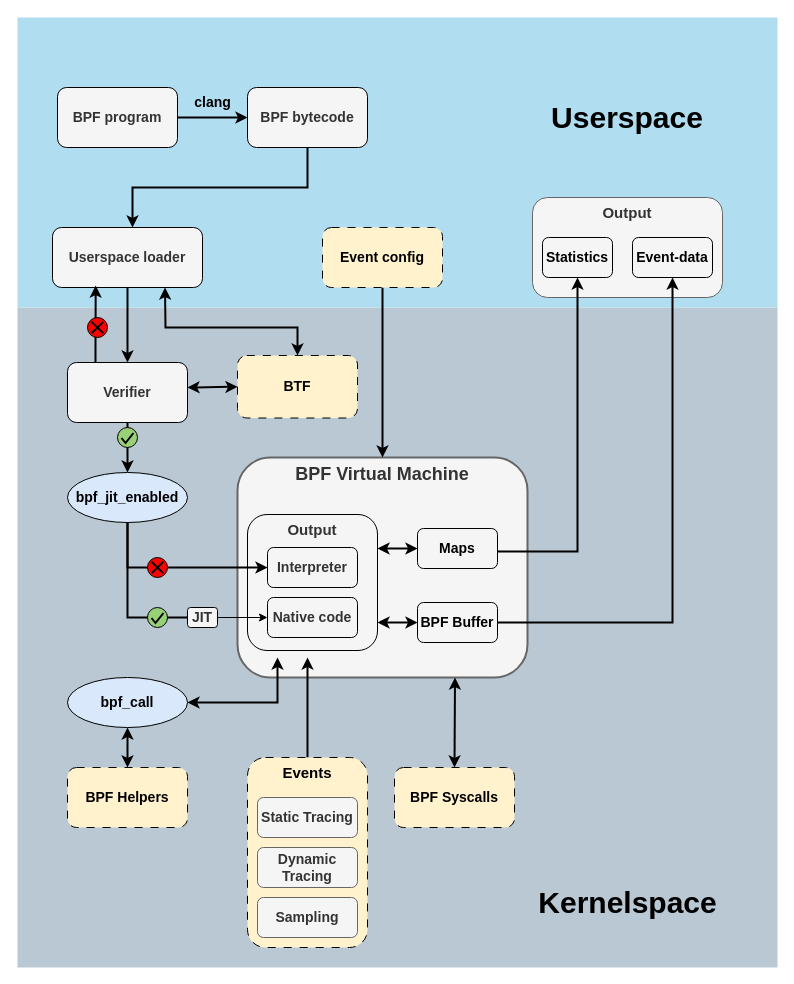
Earlier version of the draw.io diagram thesis/drawio/BPF.drawio (studhascja/Masterthesis). Source tidied: cells renumbered, new cells numbered last; positions are measured from the earlier drawing's top-left corner, leaving out a move shared by most shapes. Both pictures are drawn from the tidied source at 100%, with x=0, y=0 at pixel (17, 17).
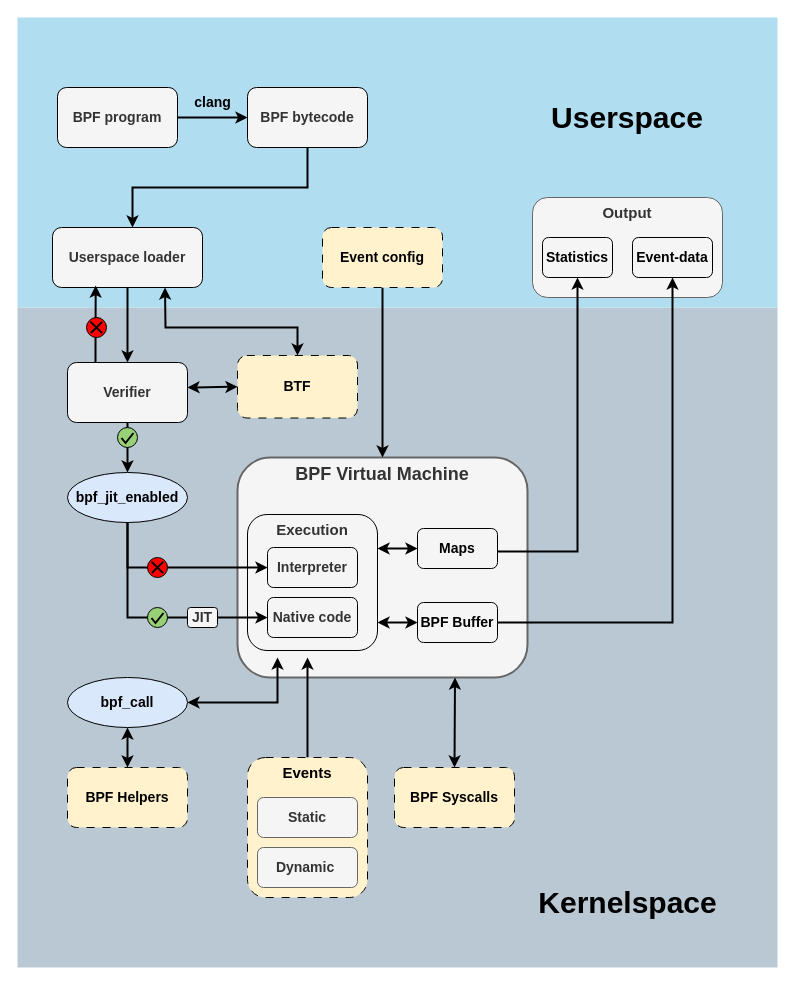
The same page after the edit.

Commit message (it also covers changes not shown here):
fixed Issues at BPF figure

The change refers to these unchanged cells:
```xml
<mxCell id="20" value="&lt;font style=&quot;font-size: 14px;&quot;&gt;&lt;b&gt;Native code&lt;/b&gt;&lt;/font&gt;" style="rounded=1;whiteSpace=wrap;html=1;fillColor=none;strokeColor=#000000;fontColor=#333333;" parent="1" vertex="1">
  <mxGeometry x="250" y="580" width="90" height="40" as="geometry" />
</mxCell>
<mxCell id="31" value="JIT" style="rounded=1;whiteSpace=wrap;html=1;fillColor=#f5f5f5;fontColor=#333333;strokeColor=#000000;fontSize=14;fontStyle=1;" parent="1" vertex="1">
  <mxGeometry x="170" y="590" width="30" height="20" as="geometry" />
</mxCell>
<mxCell id="58" style="group;strokeColor=none;" parent="1" vertex="1">
  <mxGeometry x="70" y="300" width="20" height="20" as="geometry" />
</mxCell>
```

The edit, as a diff of the source:
```diff
@@
-    <mxCell id="5" value="Output" style="rounded=1;whiteSpace=wrap;html=1;fillColor=none;fontColor=#333333;strokeColor=#000000;verticalAlign=top;fontSize=15;fontStyle=1;" parent="1" vertex="1">
+    <mxCell id="5" value="Execution" style="rounded=1;whiteSpace=wrap;html=1;fillColor=none;fontColor=#333333;strokeColor=#000000;verticalAlign=top;fontSize=15;fontStyle=1;" parent="1" vertex="1">
       <mxGeometry x="230" y="497" width="130" height="136" as="geometry" />
     </mxCell>
@@
-    <mxCell id="36" style="edgeStyle=orthogonalEdgeStyle;rounded=0;jettySize=auto;html=1;strokeColor=#000000;" parent="1" edge="1" source="31" target="20">
+    <mxCell id="36" style="edgeStyle=orthogonalEdgeStyle;rounded=0;jettySize=auto;html=1;strokeColor=#000000;strokeWidth=2;" parent="1" edge="1" source="31" target="20">
       <mxGeometry relative="1" as="geometry" />
     </mxCell>
@@
     <mxCell id="41" value="Events" style="rounded=1;whiteSpace=wrap;html=1;dashed=1;dashPattern=8 8;verticalAlign=top;fillColor=#fff2cc;strokeColor=#000000;fontSize=15;fontStyle=1;" parent="1" vertex="1">
-      <mxGeometry x="230" y="740" width="120" height="190" as="geometry" />
+      <mxGeometry x="230" y="740" width="120" height="140" as="geometry" />
     </mxCell>
-    <mxCell id="42" value="Static Tracing" style="rounded=1;whiteSpace=wrap;html=1;strokeColor=#666666;fillColor=#f5f5f5;fontColor=#333333;fontSize=14;fontStyle=1;" parent="1" vertex="1">
+    <mxCell id="42" value="Static" style="rounded=1;whiteSpace=wrap;html=1;strokeColor=#666666;fillColor=#f5f5f5;fontColor=#333333;fontSize=14;fontStyle=1;" parent="1" vertex="1">
       <mxGeometry x="240" y="780" width="100" height="40" as="geometry" />
     </mxCell>
-    <mxCell id="43" value="Dynamic Tracing" style="rounded=1;whiteSpace=wrap;html=1;strokeColor=#666666;fillColor=#f5f5f5;fontColor=#333333;fontSize=14;fontStyle=1;" parent="1" vertex="1">
+    <mxCell id="43" value="Dynamic&amp;nbsp;" style="rounded=1;whiteSpace=wrap;html=1;strokeColor=#666666;fillColor=#f5f5f5;fontColor=#333333;fontSize=14;fontStyle=1;" parent="1" vertex="1">
       <mxGeometry x="240" y="830" width="100" height="40" as="geometry" />
     </mxCell>
-    <mxCell id="44" value="Sampling" style="rounded=1;whiteSpace=wrap;html=1;strokeColor=#666666;fillColor=#f5f5f5;fontColor=#333333;fontSize=14;fontStyle=1;" parent="1" vertex="1">
-      <mxGeometry x="240" y="880" width="100" height="40" as="geometry" />
-    </mxCell>
@@
     <mxCell id="59" style="ellipse;whiteSpace=wrap;html=1;fillColor=#FF0000;strokeColor=#000000;fontStyle=1;fontSize=18;" parent="58" vertex="1">
-      <mxGeometry width="20" height="20" as="geometry" />
+      <mxGeometry x="-1" width="20" height="20" as="geometry" />
     </mxCell>
```
